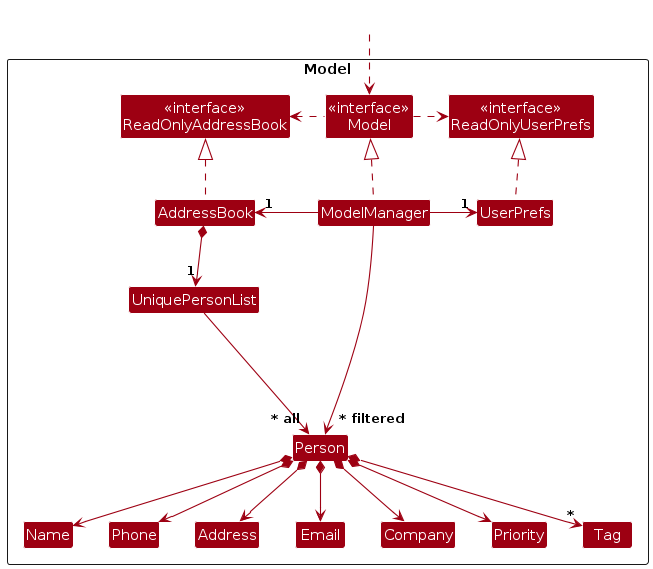
AY2324S2-CS2103T-F14-4/tp keeps this PlantUML diagram as diagrams/ModelClassDiagram.png. Above is the earlier version. Its source is kept beside it as diagrams/ModelClassDiagram.puml. The source it was exported from:
```plantuml
@startuml
!include style.puml
skinparam arrowThickness 1.1
skinparam arrowColor MODEL_COLOR
skinparam classBackgroundColor MODEL_COLOR

Package Model as ModelPackage <<Rectangle>>{
Class "<<interface>>\nReadOnlyAddressBook" as ReadOnlyAddressBook
Class "<<interface>>\nReadOnlyUserPrefs" as ReadOnlyUserPrefs
Class "<<interface>>\nModel" as Model
Class AddressBook
Class ModelManager
Class UserPrefs

Class UniquePersonList
Class Person
Class Address
Class Email
Class Name
Class Phone
Class Company
Class Priority
Class Tag

Class I #FFFFFF
}

Class HiddenOutside #FFFFFF
HiddenOutside ..> Model

AddressBook .up.|> ReadOnlyAddressBook

ModelManager .up.|> Model
Model .right.> ReadOnlyUserPrefs
Model .left.> ReadOnlyAddressBook
ModelManager -left-> "1" AddressBook
ModelManager -right-> "1" UserPrefs
UserPrefs .up.|> ReadOnlyUserPrefs

AddressBook *--> "1" UniquePersonList
UniquePersonList --> "~* all" Person
Person *--> Name
Person *--> Phone
Person *--> Email
Person *--> Address
Person *--> Company
Person *--> Priority
Person *--> "*" Tag

Person -[hidden]up--> I
UniquePersonList -[hidden]right-> I

Name -[hidden]right-> Phone
Phone -[hidden]right-> Address
Address -[hidden]right-> Email

ModelManager --> "~* filtered" Person
@enduml
```
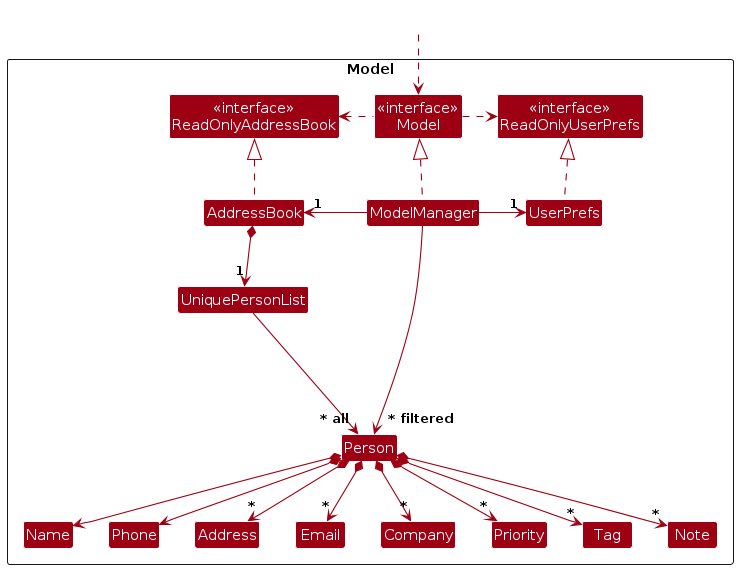
The same file after the commit.

What changed in the source:
```diff
@@ -21,6 +21,7 @@
 Class Company
 Class Priority
 Class Tag
+Class Note
 
 Class I #FFFFFF
 }
@@ -41,11 +42,12 @@
 UniquePersonList --> "~* all" Person
 Person *--> Name
 Person *--> Phone
-Person *--> Email
-Person *--> Address
-Person *--> Company
-Person *--> Priority
+Person *--> "*" Email
+Person *--> "*" Address
+Person *--> "*" Company
+Person *--> "*" Priority
 Person *--> "*" Tag
+Person *--> "*" Note
 
 Person -[hidden]up--> I
 UniquePersonList -[hidden]right-> I
```
